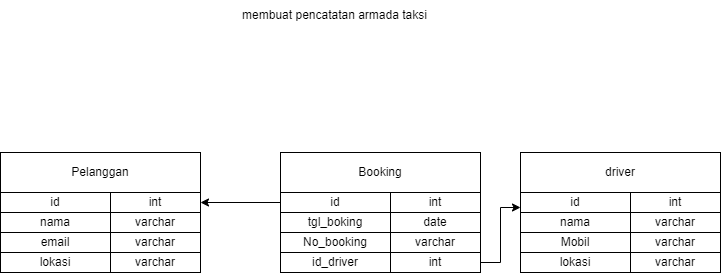
The draw.io diagram db pencatatan_armada_taksi.drawio.png in FadlyMuhammad10/latihan_erd, before a commit. Source tidied: cells renumbered, new cells last; positions are measured from the earlier drawing's top-left corner, leaving out a move shared by most shapes.
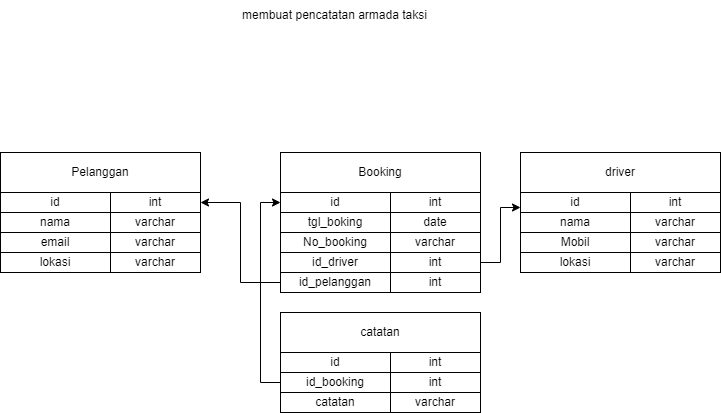
Later version of the same file.

Diff of the diagram source:
```diff
@@ -35,7 +35,7 @@
     <mxCell id="12" value="Booking" style="rounded=0;whiteSpace=wrap;html=1;" parent="1" vertex="1">
       <mxGeometry x="280" y="152" width="200" height="40" as="geometry" />
     </mxCell>
-    <mxCell id="13" style="edgeStyle=orthogonalEdgeStyle;rounded=0;jettySize=auto;html=1;entryX=1;entryY=0.5;entryDx=0;entryDy=0;" parent="1" edge="1" source="14" target="5">
+    <mxCell id="13" style="edgeStyle=orthogonalEdgeStyle;rounded=0;jettySize=auto;html=1;entryX=1;entryY=0.5;entryDx=0;entryDy=0;exitX=0;exitY=0.5;exitDx=0;exitDy=0;" parent="1" edge="1" source="38" target="5">
       <mxGeometry relative="1" as="geometry" />
     </mxCell>
     <mxCell id="14" value="id" style="rounded=0;whiteSpace=wrap;html=1;" parent="1" vertex="1">
@@ -92,5 +92,40 @@
     <mxCell id="31" value="varchar" style="rounded=0;whiteSpace=wrap;html=1;" parent="1" vertex="1">
       <mxGeometry x="630" y="252" width="90" height="20" as="geometry" />
     </mxCell>
+    <mxCell id="32" value="catatan" style="rounded=0;whiteSpace=wrap;html=1;" parent="1" vertex="1">
+      <mxGeometry x="280" y="312" width="200" height="40" as="geometry" />
+    </mxCell>
+    <mxCell id="33" value="id" style="rounded=0;whiteSpace=wrap;html=1;" parent="1" vertex="1">
+      <mxGeometry x="280" y="352" width="110" height="20" as="geometry" />
+    </mxCell>
+    <mxCell id="34" value="int" style="rounded=0;whiteSpace=wrap;html=1;" parent="1" vertex="1">
+      <mxGeometry x="390" y="352" width="90" height="20" as="geometry" />
+    </mxCell>
+    <mxCell id="35" style="edgeStyle=orthogonalEdgeStyle;rounded=0;jettySize=auto;html=1;entryX=0;entryY=0.5;entryDx=0;entryDy=0;" parent="1" edge="1" source="36" target="14">
+      <mxGeometry relative="1" as="geometry">
+        <Array as="points">
+          <mxPoint x="260" y="382" />
+          <mxPoint x="260" y="202" />
+        </Array>
+      </mxGeometry>
+    </mxCell>
+    <mxCell id="36" value="id_booking" style="rounded=0;whiteSpace=wrap;html=1;" parent="1" vertex="1">
+      <mxGeometry x="280" y="372" width="110" height="20" as="geometry" />
+    </mxCell>
+    <mxCell id="37" value="int" style="rounded=0;whiteSpace=wrap;html=1;" parent="1" vertex="1">
+      <mxGeometry x="390" y="372" width="90" height="20" as="geometry" />
+    </mxCell>
+    <mxCell id="38" value="id_pelanggan" style="rounded=0;whiteSpace=wrap;html=1;" parent="1" vertex="1">
+      <mxGeometry x="280" y="272" width="110" height="20" as="geometry" />
+    </mxCell>
+    <mxCell id="39" value="int" style="rounded=0;whiteSpace=wrap;html=1;" parent="1" vertex="1">
+      <mxGeometry x="390" y="272" width="90" height="20" as="geometry" />
+    </mxCell>
+    <mxCell id="40" value="catatan" style="rounded=0;whiteSpace=wrap;html=1;" parent="1" vertex="1">
+      <mxGeometry x="280" y="392" width="110" height="20" as="geometry" />
+    </mxCell>
+    <mxCell id="41" value="varchar" style="rounded=0;whiteSpace=wrap;html=1;" parent="1" vertex="1">
+      <mxGeometry x="390" y="392" width="90" height="20" as="geometry" />
+    </mxCell>
   </root>
 </mxGraphModel>
```
